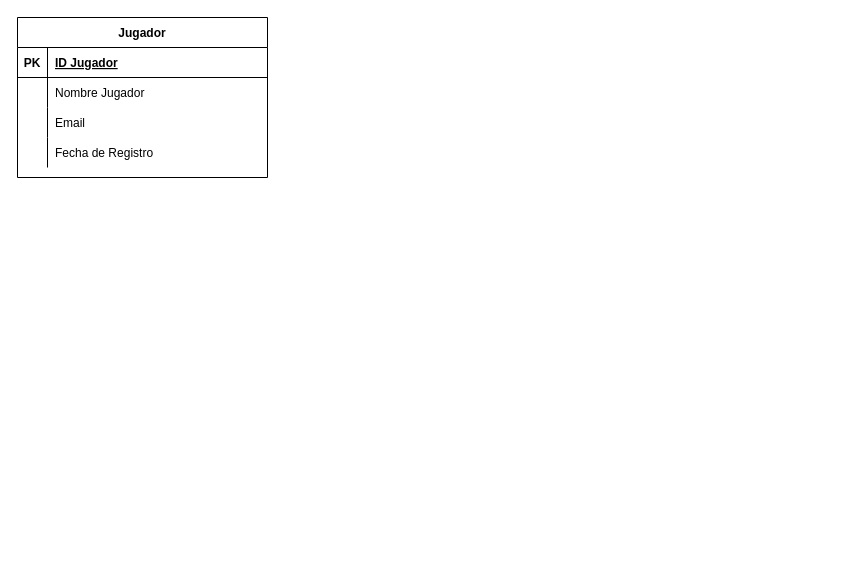
Before: Base de Datos/Pokemon_TCG_1.drawio in leaguirre3/A1749322_-TC2005B, a draw.io diagram. Source tidied: cells renumbered, new cells numbered last; positions are measured from the earlier drawing's top-left corner, leaving out a move shared by most shapes. Both pictures are drawn from the tidied source at 100%, with x=0, y=0 at pixel (17, 17).
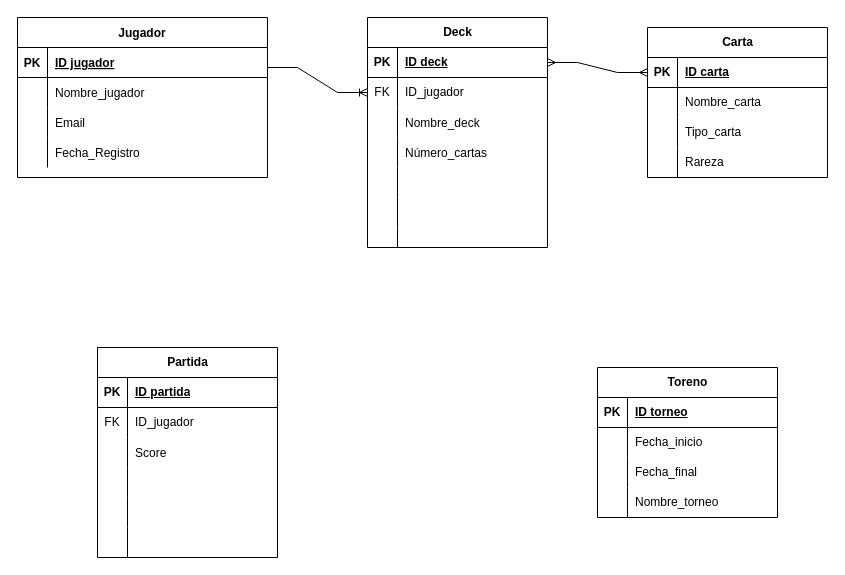
The same page after the edit.

Unchanged cells that the change refers to:
```xml
<mxCell id="3" style="shape=partialRectangle;fillColor=none;top=0;left=0;right=0;bottom=1;" parent="2" vertex="1">
  <mxGeometry y="30" width="250" height="30" as="geometry" />
</mxCell>
<mxCell id="6" style="shape=partialRectangle;fillColor=none;top=0;left=0;right=0;bottom=0;" parent="2" vertex="1">
  <mxGeometry y="60" width="250" height="30" as="geometry" />
</mxCell>
<mxCell id="12" style="shape=tableRow;horizontal=0;startSize=0;swimlaneHead=0;swimlaneBody=0;fillColor=none;top=0;left=0;right=0;bottom=0;" parent="2" vertex="1">
  <mxGeometry y="120" width="250" height="30" as="geometry" />
</mxCell>
```

Change to the diagram source:
```diff
@@
-    <mxCell id="5" value="ID Jugador" style="shape=partialRectangle;overflow=hidden;fillColor=none;top=0;left=0;bottom=0;right=0;align=left;spacingLeft=6;fontStyle=5;" parent="3" vertex="1">
+    <mxCell id="5" value="ID jugador" style="shape=partialRectangle;overflow=hidden;fillColor=none;top=0;left=0;bottom=0;right=0;align=left;spacingLeft=6;fontStyle=5;" parent="3" vertex="1">
       <mxGeometry x="30" width="220" height="30" as="geometry" />
     </mxCell>
@@
-    <mxCell id="8" value="Nombre Jugador" style="shape=partialRectangle;overflow=hidden;fillColor=none;top=0;left=0;bottom=0;right=0;align=left;spacingLeft=6;" parent="6" vertex="1">
+    <mxCell id="8" value="Nombre_jugador" style="shape=partialRectangle;overflow=hidden;fillColor=none;top=0;left=0;bottom=0;right=0;align=left;spacingLeft=6;" parent="6" vertex="1">
       <mxGeometry x="30" width="220" height="30" as="geometry" />
     </mxCell>
@@
-    <mxCell id="14" value="Fecha de Registro" style="shape=partialRectangle;fillColor=none;top=0;left=0;bottom=0;right=0;align=left;spacingLeft=6;overflow=hidden;" parent="12" vertex="1">
+    <mxCell id="14" value="Fecha_Registro" style="shape=partialRectangle;fillColor=none;top=0;left=0;bottom=0;right=0;align=left;spacingLeft=6;overflow=hidden;" parent="12" vertex="1">
       <mxGeometry x="30" width="220" height="30" as="geometry" />
     </mxCell>
+    <mxCell id="15" value="Carta" style="shape=table;startSize=30;childLayout=tableLayout;rowLines=0;fontStyle=1;align=center;html=1;" parent="1" vertex="1">
+      <mxGeometry x="630" y="10" width="180" height="150" as="geometry" />
+    </mxCell>
+    <mxCell id="16" style="shape=tableRow;horizontal=0;startSize=0;swimlaneHead=0;swimlaneBody=0;fillColor=none;points=[[0,0.5],[1,0.5]];portConstraint=eastwest;top=0;left=0;right=0;bottom=1;" parent="15" vertex="1">
+      <mxGeometry y="30" width="180" height="30" as="geometry" />
+    </mxCell>
+    <mxCell id="17" value="PK" style="shape=partialRectangle;fillColor=none;top=0;left=0;bottom=0;right=0;fontStyle=1;overflow=hidden;whiteSpace=wrap;html=1;" parent="16" vertex="1">
+      <mxGeometry width="30" height="30" as="geometry" />
+    </mxCell>
+    <mxCell id="18" value="ID carta" style="shape=partialRectangle;fillColor=none;top=0;left=0;bottom=0;right=0;align=left;spacingLeft=6;fontStyle=5;overflow=hidden;whiteSpace=wrap;html=1;" parent="16" vertex="1">
+      <mxGeometry x="30" width="150" height="30" as="geometry" />
+    </mxCell>
+    <mxCell id="19" style="shape=tableRow;horizontal=0;startSize=0;swimlaneHead=0;swimlaneBody=0;fillColor=none;top=0;left=0;right=0;bottom=0;" parent="15" vertex="1">
+      <mxGeometry y="60" width="180" height="30" as="geometry" />
+    </mxCell>
+    <mxCell id="20" style="shape=partialRectangle;fillColor=none;top=0;left=0;bottom=0;right=0;overflow=hidden;whiteSpace=wrap;html=1;" parent="19" vertex="1">
+      <mxGeometry width="30" height="30" as="geometry" />
+    </mxCell>
+    <mxCell id="21" value="Nombre_carta" style="shape=partialRectangle;fillColor=none;top=0;left=0;bottom=0;right=0;align=left;spacingLeft=6;overflow=hidden;whiteSpace=wrap;html=1;" parent="19" vertex="1">
+      <mxGeometry x="30" width="150" height="30" as="geometry" />
+    </mxCell>
+    <mxCell id="22" style="shape=tableRow;horizontal=0;startSize=0;swimlaneHead=0;swimlaneBody=0;fillColor=none;top=0;left=0;right=0;bottom=0;" parent="15" vertex="1">
+      <mxGeometry y="90" width="180" height="30" as="geometry" />
+    </mxCell>
+    <mxCell id="23" style="shape=partialRectangle;fillColor=none;top=0;left=0;bottom=0;right=0;overflow=hidden;whiteSpace=wrap;html=1;" parent="22" vertex="1">
+      <mxGeometry width="30" height="30" as="geometry" />
+    </mxCell>
+    <mxCell id="24" value="Tipo_carta" style="shape=partialRectangle;fillColor=none;top=0;left=0;bottom=0;right=0;align=left;spacingLeft=6;overflow=hidden;whiteSpace=wrap;html=1;" parent="22" vertex="1">
+      <mxGeometry x="30" width="150" height="30" as="geometry" />
+    </mxCell>
+    <mxCell id="25" style="shape=tableRow;horizontal=0;startSize=0;swimlaneHead=0;swimlaneBody=0;fillColor=none;top=0;left=0;right=0;bottom=0;" parent="15" vertex="1">
+      <mxGeometry y="120" width="180" height="30" as="geometry" />
+    </mxCell>
+    <mxCell id="26" style="shape=partialRectangle;fillColor=none;top=0;left=0;bottom=0;right=0;overflow=hidden;whiteSpace=wrap;html=1;" parent="25" vertex="1">
+      <mxGeometry width="30" height="30" as="geometry" />
+    </mxCell>
+    <mxCell id="27" value="Rareza" style="shape=partialRectangle;fillColor=none;top=0;left=0;bottom=0;right=0;align=left;spacingLeft=6;overflow=hidden;whiteSpace=wrap;html=1;" parent="25" vertex="1">
+      <mxGeometry x="30" width="150" height="30" as="geometry" />
+    </mxCell>
+    <mxCell id="28" value="Deck" style="shape=table;startSize=30;childLayout=tableLayout;rowLines=0;fontStyle=1;align=center;html=1;" parent="1" vertex="1">
+      <mxGeometry x="350" width="180" height="230" as="geometry" />
+    </mxCell>
+    <mxCell id="29" style="shape=tableRow;horizontal=0;startSize=0;swimlaneHead=0;swimlaneBody=0;fillColor=none;points=[[0,0.5],[1,0.5]];portConstraint=eastwest;top=0;left=0;right=0;bottom=1;" parent="28" vertex="1">
+      <mxGeometry y="30" width="180" height="30" as="geometry" />
+    </mxCell>
+    <mxCell id="30" value="PK" style="shape=partialRectangle;fillColor=none;top=0;left=0;bottom=0;right=0;fontStyle=1;overflow=hidden;whiteSpace=wrap;html=1;" parent="29" vertex="1">
+      <mxGeometry width="30" height="30" as="geometry" />
+    </mxCell>
+    <mxCell id="31" value="ID deck" style="shape=partialRectangle;fillColor=none;top=0;left=0;bottom=0;right=0;align=left;spacingLeft=6;fontStyle=5;overflow=hidden;whiteSpace=wrap;html=1;" parent="29" vertex="1">
+      <mxGeometry x="30" width="150" height="30" as="geometry" />
+    </mxCell>
+    <mxCell id="32" style="shape=tableRow;horizontal=0;startSize=0;swimlaneHead=0;swimlaneBody=0;fillColor=none;points=[[0,0.5],[1,0.5]];portConstraint=eastwest;top=0;left=0;right=0;bottom=0;" parent="28" vertex="1">
+      <mxGeometry y="60" width="180" height="30" as="geometry" />
+    </mxCell>
+    <mxCell id="33" value="FK" style="shape=partialRectangle;fillColor=none;top=0;left=0;bottom=0;right=0;fontStyle=0;overflow=hidden;whiteSpace=wrap;html=1;" parent="32" vertex="1">
+      <mxGeometry width="30" height="30" as="geometry" />
+    </mxCell>
+    <mxCell id="34" value="ID_jugador" style="shape=partialRectangle;fillColor=none;top=0;left=0;bottom=0;right=0;align=left;spacingLeft=6;fontStyle=0;overflow=hidden;whiteSpace=wrap;html=1;" parent="32" vertex="1">
+      <mxGeometry x="30" width="150" height="30" as="geometry" />
+    </mxCell>
+    <mxCell id="35" style="shape=tableRow;horizontal=0;startSize=0;swimlaneHead=0;swimlaneBody=0;fillColor=none;top=0;left=0;right=0;bottom=0;" parent="28" vertex="1">
+      <mxGeometry y="90" width="180" height="30" as="geometry" />
+    </mxCell>
+    <mxCell id="36" style="shape=partialRectangle;fillColor=none;top=0;left=0;bottom=0;right=0;overflow=hidden;" parent="35" vertex="1">
+      <mxGeometry width="30" height="30" as="geometry" />
+    </mxCell>
+    <mxCell id="37" value="Nombre_deck" style="shape=partialRectangle;fillColor=none;top=0;left=0;bottom=0;right=0;align=left;spacingLeft=6;overflow=hidden;" parent="35" vertex="1">
+      <mxGeometry x="30" width="150" height="30" as="geometry" />
+    </mxCell>
+    <mxCell id="38" style="shape=tableRow;horizontal=0;startSize=0;swimlaneHead=0;swimlaneBody=0;fillColor=none;top=0;left=0;right=0;bottom=0;" parent="28" vertex="1">
+      <mxGeometry y="120" width="180" height="30" as="geometry" />
+    </mxCell>
+    <mxCell id="39" style="shape=partialRectangle;fillColor=none;top=0;left=0;bottom=0;right=0;overflow=hidden;" parent="38" vertex="1">
+      <mxGeometry width="30" height="30" as="geometry" />
+    </mxCell>
+    <mxCell id="40" value="Número_cartas" style="shape=partialRectangle;fillColor=none;top=0;left=0;bottom=0;right=0;align=left;spacingLeft=6;overflow=hidden;" parent="38" vertex="1">
+      <mxGeometry x="30" width="150" height="30" as="geometry" />
+    </mxCell>
+    <mxCell id="41" style="shape=tableRow;horizontal=0;startSize=0;swimlaneHead=0;swimlaneBody=0;fillColor=none;top=0;left=0;right=0;bottom=0;" parent="28" vertex="1">
+      <mxGeometry y="150" width="180" height="30" as="geometry" />
+    </mxCell>
+    <mxCell id="42" style="shape=partialRectangle;fillColor=none;top=0;left=0;bottom=0;right=0;overflow=hidden;whiteSpace=wrap;html=1;" parent="41" vertex="1">
+      <mxGeometry width="30" height="30" as="geometry" />
+    </mxCell>
+    <mxCell id="43" style="shape=partialRectangle;fillColor=none;top=0;left=0;bottom=0;right=0;align=left;spacingLeft=6;overflow=hidden;whiteSpace=wrap;html=1;" parent="41" vertex="1">
+      <mxGeometry x="30" width="150" height="30" as="geometry" />
+    </mxCell>
+    <mxCell id="44" style="shape=tableRow;horizontal=0;startSize=0;swimlaneHead=0;swimlaneBody=0;fillColor=none;top=0;left=0;right=0;bottom=0;" parent="28" vertex="1">
+      <mxGeometry y="180" width="180" height="30" as="geometry" />
+    </mxCell>
+    <mxCell id="45" style="shape=partialRectangle;fillColor=none;top=0;left=0;bottom=0;right=0;overflow=hidden;whiteSpace=wrap;html=1;" parent="44" vertex="1">
+      <mxGeometry width="30" height="30" as="geometry" />
+    </mxCell>
+    <mxCell id="46" style="shape=partialRectangle;fillColor=none;top=0;left=0;bottom=0;right=0;align=left;spacingLeft=6;overflow=hidden;whiteSpace=wrap;html=1;" parent="44" vertex="1">
+      <mxGeometry x="30" width="150" height="30" as="geometry" />
+    </mxCell>
+    <mxCell id="47" style="shape=tableRow;horizontal=0;startSize=0;swimlaneHead=0;swimlaneBody=0;fillColor=none;top=0;left=0;right=0;bottom=0;" parent="28" vertex="1">
+      <mxGeometry y="210" width="180" height="20" as="geometry" />
+    </mxCell>
+    <mxCell id="48" style="shape=partialRectangle;fillColor=none;top=0;left=0;bottom=0;right=0;overflow=hidden;whiteSpace=wrap;html=1;" parent="47" vertex="1">
+      <mxGeometry width="30" height="20" as="geometry" />
+    </mxCell>
+    <mxCell id="49" style="shape=partialRectangle;fillColor=none;top=0;left=0;bottom=0;right=0;align=left;spacingLeft=6;overflow=hidden;whiteSpace=wrap;html=1;" parent="47" vertex="1">
+      <mxGeometry x="30" width="150" height="20" as="geometry" />
+    </mxCell>
+    <mxCell id="50" value="Partida" style="shape=table;startSize=30;childLayout=tableLayout;rowLines=0;fontStyle=1;align=center;html=1;" parent="1" vertex="1">
+      <mxGeometry x="80" y="330" width="180" height="210" as="geometry" />
+    </mxCell>
+    <mxCell id="51" style="shape=tableRow;horizontal=0;startSize=0;swimlaneHead=0;swimlaneBody=0;fillColor=none;top=0;left=0;right=0;bottom=1;" parent="50" vertex="1">
+      <mxGeometry y="30" width="180" height="30" as="geometry" />
+    </mxCell>
+    <mxCell id="52" value="PK" style="shape=partialRectangle;fillColor=none;top=0;left=0;bottom=0;right=0;fontStyle=1;overflow=hidden;whiteSpace=wrap;html=1;" parent="51" vertex="1">
+      <mxGeometry width="30" height="30" as="geometry" />
+    </mxCell>
+    <mxCell id="53" value="ID partida" style="shape=partialRectangle;fillColor=none;top=0;left=0;bottom=0;right=0;align=left;spacingLeft=6;fontStyle=5;overflow=hidden;whiteSpace=wrap;html=1;" parent="51" vertex="1">
+      <mxGeometry x="30" width="150" height="30" as="geometry" />
+    </mxCell>
+    <mxCell id="54" style="shape=tableRow;horizontal=0;startSize=0;swimlaneHead=0;swimlaneBody=0;fillColor=none;top=0;left=0;right=0;bottom=0;" parent="50" vertex="1">
+      <mxGeometry y="60" width="180" height="30" as="geometry" />
+    </mxCell>
+    <mxCell id="55" value="FK" style="shape=partialRectangle;fillColor=none;top=0;left=0;bottom=0;right=0;fontStyle=0;overflow=hidden;whiteSpace=wrap;html=1;" parent="54" vertex="1">
+      <mxGeometry width="30" height="30" as="geometry" />
+    </mxCell>
+    <mxCell id="56" value="ID_jugador" style="shape=partialRectangle;fillColor=none;top=0;left=0;bottom=0;right=0;align=left;spacingLeft=6;fontStyle=0;overflow=hidden;whiteSpace=wrap;html=1;" parent="54" vertex="1">
+      <mxGeometry x="30" width="150" height="30" as="geometry" />
+    </mxCell>
+    <mxCell id="57" style="shape=tableRow;horizontal=0;startSize=0;swimlaneHead=0;swimlaneBody=0;fillColor=none;top=0;left=0;right=0;bottom=0;" parent="50" vertex="1">
+      <mxGeometry y="90" width="180" height="30" as="geometry" />
+    </mxCell>
+    <mxCell id="58" style="shape=partialRectangle;fillColor=none;top=0;left=0;bottom=0;right=0;overflow=hidden;" parent="57" vertex="1">
+      <mxGeometry width="30" height="30" as="geometry" />
+    </mxCell>
+    <mxCell id="59" value="Score" style="shape=partialRectangle;fillColor=none;top=0;left=0;bottom=0;right=0;align=left;spacingLeft=6;overflow=hidden;" parent="57" vertex="1">
+      <mxGeometry x="30" width="150" height="30" as="geometry" />
+    </mxCell>
+    <mxCell id="60" style="shape=tableRow;horizontal=0;startSize=0;swimlaneHead=0;swimlaneBody=0;fillColor=none;top=0;left=0;right=0;bottom=0;" parent="50" vertex="1">
+      <mxGeometry y="120" width="180" height="30" as="geometry" />
+    </mxCell>
+    <mxCell id="61" style="shape=partialRectangle;fillColor=none;top=0;left=0;bottom=0;right=0;overflow=hidden;whiteSpace=wrap;html=1;" parent="60" vertex="1">
+      <mxGeometry width="30" height="30" as="geometry" />
+    </mxCell>
+    <mxCell id="62" style="shape=partialRectangle;fillColor=none;top=0;left=0;bottom=0;right=0;align=left;spacingLeft=6;overflow=hidden;whiteSpace=wrap;html=1;" parent="60" vertex="1">
+      <mxGeometry x="30" width="150" height="30" as="geometry" />
+    </mxCell>
+    <mxCell id="63" style="shape=tableRow;horizontal=0;startSize=0;swimlaneHead=0;swimlaneBody=0;fillColor=none;top=0;left=0;right=0;bottom=0;" parent="50" vertex="1">
+      <mxGeometry y="150" width="180" height="30" as="geometry" />
+    </mxCell>
+    <mxCell id="64" style="shape=partialRectangle;fillColor=none;top=0;left=0;bottom=0;right=0;overflow=hidden;whiteSpace=wrap;html=1;" parent="63" vertex="1">
+      <mxGeometry width="30" height="30" as="geometry" />
+    </mxCell>
+    <mxCell id="65" style="shape=partialRectangle;fillColor=none;top=0;left=0;bottom=0;right=0;align=left;spacingLeft=6;overflow=hidden;whiteSpace=wrap;html=1;" parent="63" vertex="1">
+      <mxGeometry x="30" width="150" height="30" as="geometry" />
+    </mxCell>
+    <mxCell id="66" style="shape=tableRow;horizontal=0;startSize=0;swimlaneHead=0;swimlaneBody=0;fillColor=none;top=0;left=0;right=0;bottom=0;" parent="50" vertex="1">
+      <mxGeometry y="180" width="180" height="30" as="geometry" />
+    </mxCell>
+    <mxCell id="67" style="shape=partialRectangle;fillColor=none;top=0;left=0;bottom=0;right=0;overflow=hidden;whiteSpace=wrap;html=1;" parent="66" vertex="1">
+      <mxGeometry width="30" height="30" as="geometry" />
+    </mxCell>
+    <mxCell id="68" style="shape=partialRectangle;fillColor=none;top=0;left=0;bottom=0;right=0;align=left;spacingLeft=6;overflow=hidden;whiteSpace=wrap;html=1;" parent="66" vertex="1">
+      <mxGeometry x="30" width="150" height="30" as="geometry" />
+    </mxCell>
+    <mxCell id="69" value="Toreno" style="shape=table;startSize=30;childLayout=tableLayout;rowLines=0;fontStyle=1;align=center;html=1;" parent="1" vertex="1">
+      <mxGeometry x="580" y="350" width="180" height="150" as="geometry" />
+    </mxCell>
+    <mxCell id="70" style="shape=tableRow;horizontal=0;startSize=0;swimlaneHead=0;swimlaneBody=0;fillColor=none;top=0;left=0;right=0;bottom=1;" parent="69" vertex="1">
+      <mxGeometry y="30" width="180" height="30" as="geometry" />
+    </mxCell>
+    <mxCell id="71" value="PK" style="shape=partialRectangle;fillColor=none;top=0;left=0;bottom=0;right=0;fontStyle=1;overflow=hidden;whiteSpace=wrap;html=1;" parent="70" vertex="1">
+      <mxGeometry width="30" height="30" as="geometry" />
+    </mxCell>
+    <mxCell id="72" value="ID torneo" style="shape=partialRectangle;fillColor=none;top=0;left=0;bottom=0;right=0;align=left;spacingLeft=6;fontStyle=5;overflow=hidden;whiteSpace=wrap;html=1;" parent="70" vertex="1">
+      <mxGeometry x="30" width="150" height="30" as="geometry" />
+    </mxCell>
+    <mxCell id="73" style="shape=tableRow;horizontal=0;startSize=0;swimlaneHead=0;swimlaneBody=0;fillColor=none;top=0;left=0;right=0;bottom=0;" parent="69" vertex="1">
+      <mxGeometry y="60" width="180" height="30" as="geometry" />
+    </mxCell>
+    <mxCell id="74" style="shape=partialRectangle;fillColor=none;top=0;left=0;bottom=0;right=0;overflow=hidden;whiteSpace=wrap;html=1;" parent="73" vertex="1">
+      <mxGeometry width="30" height="30" as="geometry" />
+    </mxCell>
+    <mxCell id="75" value="Fecha_inicio" style="shape=partialRectangle;fillColor=none;top=0;left=0;bottom=0;right=0;align=left;spacingLeft=6;overflow=hidden;whiteSpace=wrap;html=1;" parent="73" vertex="1">
+      <mxGeometry x="30" width="150" height="30" as="geometry" />
+    </mxCell>
+    <mxCell id="76" style="shape=tableRow;horizontal=0;startSize=0;swimlaneHead=0;swimlaneBody=0;fillColor=none;top=0;left=0;right=0;bottom=0;" parent="69" vertex="1">
+      <mxGeometry y="90" width="180" height="30" as="geometry" />
+    </mxCell>
+    <mxCell id="77" style="shape=partialRectangle;fillColor=none;top=0;left=0;bottom=0;right=0;overflow=hidden;whiteSpace=wrap;html=1;" parent="76" vertex="1">
+      <mxGeometry width="30" height="30" as="geometry" />
+    </mxCell>
+    <mxCell id="78" value="Fecha_final" style="shape=partialRectangle;fillColor=none;top=0;left=0;bottom=0;right=0;align=left;spacingLeft=6;overflow=hidden;whiteSpace=wrap;html=1;" parent="76" vertex="1">
+      <mxGeometry x="30" width="150" height="30" as="geometry" />
+    </mxCell>
+    <mxCell id="79" style="shape=tableRow;horizontal=0;startSize=0;swimlaneHead=0;swimlaneBody=0;fillColor=none;top=0;left=0;right=0;bottom=0;" parent="69" vertex="1">
+      <mxGeometry y="120" width="180" height="30" as="geometry" />
+    </mxCell>
+    <mxCell id="80" style="shape=partialRectangle;fillColor=none;top=0;left=0;bottom=0;right=0;overflow=hidden;whiteSpace=wrap;html=1;" parent="79" vertex="1">
+      <mxGeometry width="30" height="30" as="geometry" />
+    </mxCell>
+    <mxCell id="81" value="Nombre_torneo" style="shape=partialRectangle;fillColor=none;top=0;left=0;bottom=0;right=0;align=left;spacingLeft=6;overflow=hidden;whiteSpace=wrap;html=1;" parent="79" vertex="1">
+      <mxGeometry x="30" width="150" height="30" as="geometry" />
+    </mxCell>
+    <mxCell id="82" style="edgeStyle=entityRelationEdgeStyle;fontSize=12;html=1;endArrow=ERoneToMany;rounded=0;entryX=0;entryY=0.5;entryDx=0;entryDy=0;" parent="1" edge="1" target="32">
+      <mxGeometry relative="1" as="geometry">
+        <mxPoint x="250" y="50" as="sourcePoint" />
+      </mxGeometry>
+    </mxCell>
+    <mxCell id="83" style="edgeStyle=entityRelationEdgeStyle;fontSize=12;html=1;endArrow=ERmany;startArrow=ERmany;rounded=0;entryX=0;entryY=0.5;entryDx=0;entryDy=0;exitX=1;exitY=0.5;exitDx=0;exitDy=0;" parent="1" edge="1" source="29" target="16">
+      <mxGeometry relative="1" as="geometry" />
+    </mxCell>
```
